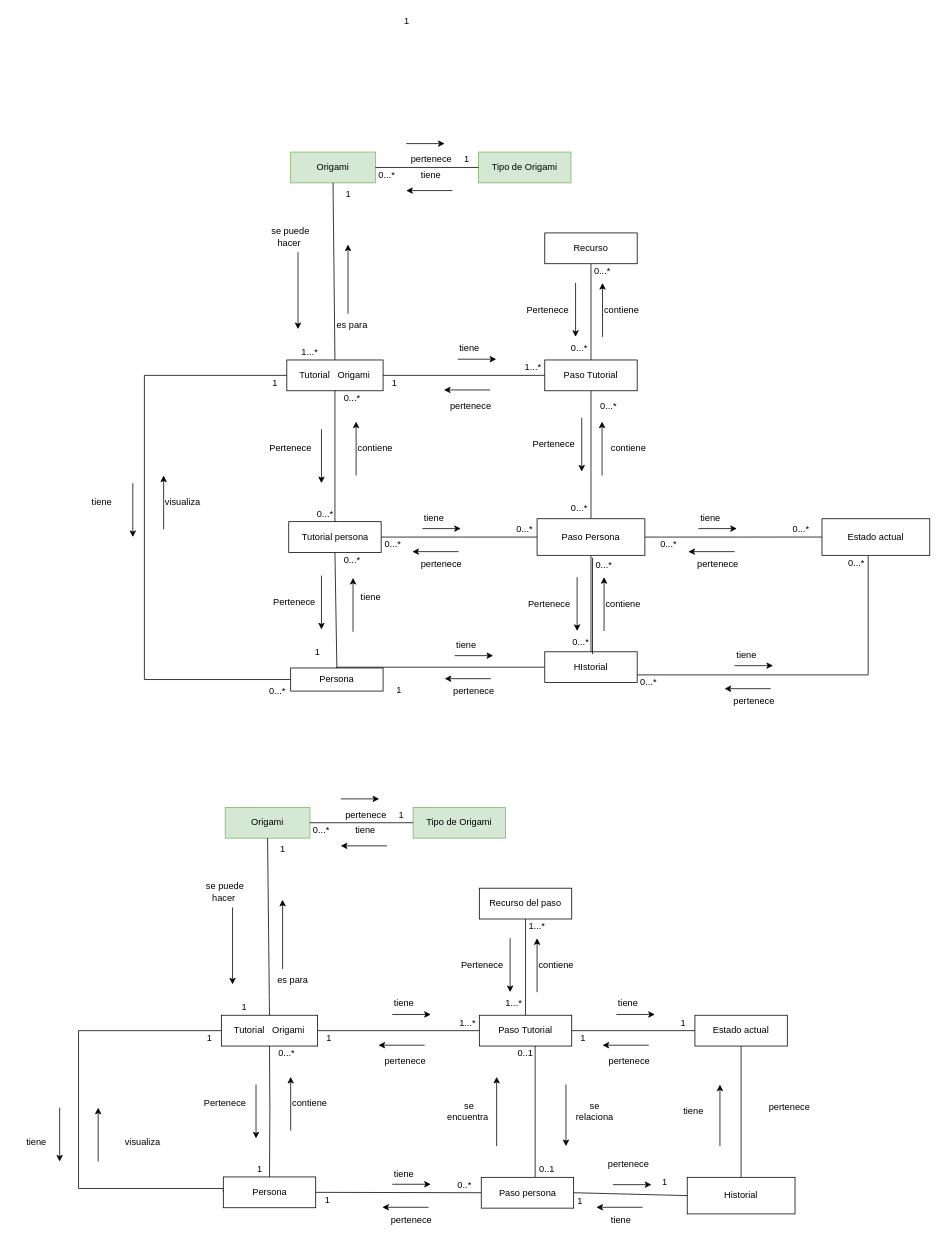
andrescastillo1996/documentacionMundoOrigami keeps this draw.io diagram as ModeloDeDominio3D.drawio. Above is the earlier version. Source tidied: cells renumbered, new cells numbered last; positions are measured from the earlier drawing's top-left corner, leaving out a move shared by most shapes. Both pictures are drawn from the tidied source at 77%, with x=0, y=0 at pixel (13, 13).
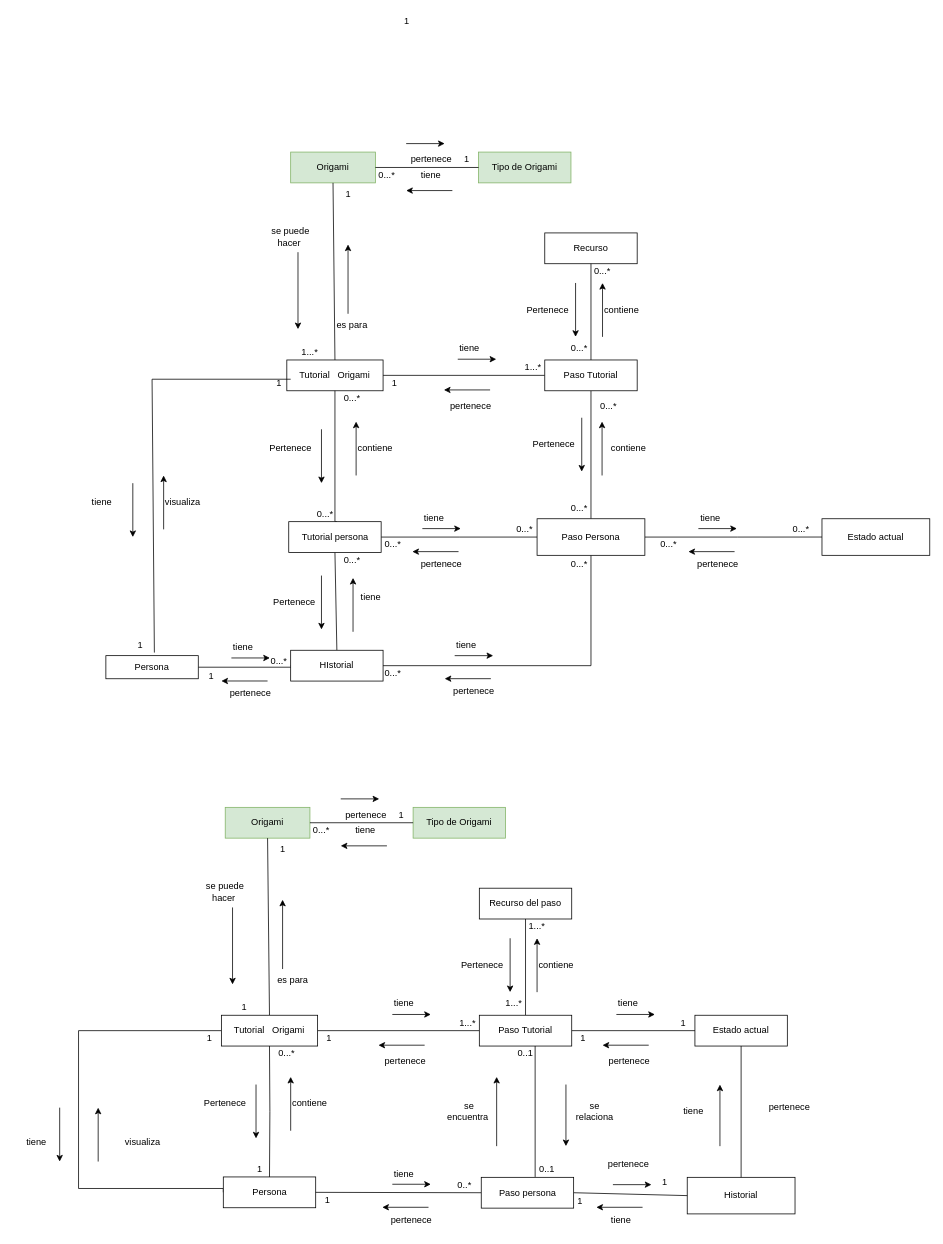
The same diagram, later.

Unchanged cells that the change refers to:
```xml
<mxCell id="5" value="Estado actual" style="rounded=0;whiteSpace=wrap;html=1;" parent="1" vertex="1">
  <mxGeometry x="1050" y="656.2" width="140" height="47.5" as="geometry" />
</mxCell>
<mxCell id="12" value="Tutorial&amp;nbsp; &amp;nbsp;Origami" style="rounded=0;whiteSpace=wrap;html=1;" parent="1" vertex="1">
  <mxGeometry x="355" y="450" width="125" height="40" as="geometry" />
</mxCell>
<mxCell id="38" value="Tutorial persona" style="rounded=0;whiteSpace=wrap;html=1;" parent="1" vertex="1">
  <mxGeometry x="357.5" y="660" width="120" height="40" as="geometry" />
</mxCell>
<mxCell id="156" value="Paso Persona" style="rounded=0;whiteSpace=wrap;html=1;" parent="1" vertex="1">
  <mxGeometry x="680" y="656.2" width="140" height="47.5" as="geometry" />
</mxCell>
```

What changed in the source:
```diff
@@
-    <mxCell id="4" style="edgeStyle=orthogonalEdgeStyle;rounded=0;jettySize=auto;html=1;entryX=1;entryY=0.75;entryDx=0;entryDy=0;endArrow=none;endFill=0;" parent="1" edge="1" source="5" target="30">
-      <mxGeometry relative="1" as="geometry">
-        <Array as="points">
-          <mxPoint x="1110" y="859" />
-        </Array>
-      </mxGeometry>
-    </mxCell>
@@
-    <mxCell id="7" style="edgeStyle=orthogonalEdgeStyle;rounded=0;jettySize=auto;html=1;exitX=0;exitY=0.5;exitDx=0;exitDy=0;entryX=0;entryY=0.5;entryDx=0;entryDy=0;endArrow=none;endFill=0;" parent="1" edge="1" source="9" target="12">
-      <mxGeometry relative="1" as="geometry">
-        <Array as="points">
-          <mxPoint x="170" y="865" />
-          <mxPoint x="170" y="470" />
-        </Array>
-      </mxGeometry>
-    </mxCell>
@@
     <mxCell id="9" value="Persona" style="rounded=0;whiteSpace=wrap;html=1;" parent="1" vertex="1">
-      <mxGeometry x="360" y="850" width="120" height="30" as="geometry" />
+      <mxGeometry x="120" y="834" width="120" height="30" as="geometry" />
     </mxCell>
@@
-    <mxCell id="13" style="endArrow=none;html=1;rounded=0;entryX=0.5;entryY=1;entryDx=0;entryDy=0;exitX=0.5;exitY=0;exitDx=0;exitDy=0;" parent="1" edge="1" source="9" target="38">
+    <mxCell id="13" style="endArrow=none;html=1;rounded=0;entryX=0.5;entryY=1;entryDx=0;entryDy=0;exitX=0.5;exitY=0;exitDx=0;exitDy=0;" parent="1" edge="1" source="30" target="38">
       <mxGeometry relative="1" as="geometry" />
     </mxCell>
@@
     <mxCell id="30" value="HIstorial" style="rounded=0;whiteSpace=wrap;html=1;" parent="1" vertex="1">
-      <mxGeometry x="690" y="829" width="120" height="40" as="geometry" />
+      <mxGeometry x="360" y="827" width="120" height="40" as="geometry" />
     </mxCell>
@@
     <mxCell id="39" value="1" style="text;html=1;strokeColor=none;fillColor=none;align=center;verticalAlign=middle;whiteSpace=wrap;rounded=0;" parent="1" vertex="1">
-      <mxGeometry x="380" y="820" width="30" height="20" as="geometry" />
+      <mxGeometry x="150" y="810" width="30" height="20" as="geometry" />
     </mxCell>
@@
     <mxCell id="50" value="0...*" style="text;html=1;strokeColor=none;fillColor=none;align=center;verticalAlign=middle;whiteSpace=wrap;rounded=0;" parent="1" vertex="1">
-      <mxGeometry x="327.5" y="870" width="30" height="20" as="geometry" />
+      <mxGeometry x="329.5" y="831" width="30" height="20" as="geometry" />
     </mxCell>
     <mxCell id="51" value="1" style="text;html=1;strokeColor=none;fillColor=none;align=center;verticalAlign=middle;whiteSpace=wrap;rounded=0;" parent="1" vertex="1">
-      <mxGeometry x="325" y="470" width="30" height="20" as="geometry" />
+      <mxGeometry x="330" y="470" width="30" height="20" as="geometry" />
     </mxCell>
@@
-    <mxCell id="153" value="1" style="text;html=1;strokeColor=none;fillColor=none;align=center;verticalAlign=middle;whiteSpace=wrap;rounded=0;" parent="1" vertex="1">
-      <mxGeometry x="486" y="869" width="30" height="20" as="geometry" />
-    </mxCell>
-    <mxCell id="154" style="edgeStyle=orthogonalEdgeStyle;rounded=0;jettySize=auto;html=1;entryX=0.5;entryY=0;entryDx=0;entryDy=0;endArrow=none;endFill=0;" parent="1" edge="1" source="156" target="30">
-      <mxGeometry relative="1" as="geometry" />
+    <mxCell id="154" style="edgeStyle=orthogonalEdgeStyle;rounded=0;jettySize=auto;html=1;endArrow=none;endFill=0;entryX=1;entryY=0.5;entryDx=0;entryDy=0;" parent="1" edge="1" source="156" target="30">
+      <mxGeometry relative="1" as="geometry">
+        <Array as="points">
+          <mxPoint x="750" y="847" />
+        </Array>
+      </mxGeometry>
     </mxCell>
@@
-    <mxCell id="174" style="endArrow=classic;html=1;rounded=0;" parent="1" edge="1">
-      <mxGeometry relative="1" as="geometry">
-        <mxPoint x="936.5" y="847" as="sourcePoint" />
-        <mxPoint x="986.5" y="847" as="targetPoint" />
-      </mxGeometry>
-    </mxCell>
-    <mxCell id="175" style="endArrow=classic;html=1;rounded=0;" parent="1" edge="1">
-      <mxGeometry relative="1" as="geometry">
-        <mxPoint x="983.5" y="876.9" as="sourcePoint" />
-        <mxPoint x="923.5" y="876.9" as="targetPoint" />
-      </mxGeometry>
-    </mxCell>
+    <mxCell id="185" value="0...*" style="text;html=1;strokeColor=none;fillColor=none;align=center;verticalAlign=middle;whiteSpace=wrap;rounded=0;" parent="1" vertex="1">
+      <mxGeometry x="720" y="705" width="30" height="20" as="geometry" />
+    </mxCell>
+    <mxCell id="186" value="0...*" style="text;html=1;strokeColor=none;fillColor=none;align=center;verticalAlign=middle;whiteSpace=wrap;rounded=0;" parent="1" vertex="1">
+      <mxGeometry x="477.5" y="847" width="30" height="20" as="geometry" />
+    </mxCell>
+    <mxCell id="187" style="endArrow=none;html=1;rounded=0;exitX=1;exitY=0.25;exitDx=0;exitDy=0;" parent="1" edge="1" source="51">
+      <mxGeometry relative="1" as="geometry">
+        <mxPoint x="183" y="830" as="targetPoint" />
+        <Array as="points">
+          <mxPoint x="180" y="475" />
+        </Array>
+      </mxGeometry>
+    </mxCell>
+    <mxCell id="188" style="endArrow=classic;html=1;rounded=0;" parent="1" edge="1">
+      <mxGeometry relative="1" as="geometry">
+        <mxPoint x="283" y="837" as="sourcePoint" />
+        <mxPoint x="333" y="837" as="targetPoint" />
+      </mxGeometry>
+    </mxCell>
+    <mxCell id="189" style="endArrow=classic;html=1;rounded=0;" parent="1" edge="1">
+      <mxGeometry relative="1" as="geometry">
+        <mxPoint x="330" y="866.9" as="sourcePoint" />
+        <mxPoint x="270" y="866.9" as="targetPoint" />
+      </mxGeometry>
+    </mxCell>
     <mxCell id="176" value="tiene&amp;nbsp;" style="text;html=1;strokeColor=none;fillColor=none;align=center;verticalAlign=middle;whiteSpace=wrap;rounded=0;" parent="1" vertex="1">
-      <mxGeometry x="923.5" y="818" width="60" height="30" as="geometry" />
+      <mxGeometry x="270" y="808" width="60" height="30" as="geometry" />
     </mxCell>
     <mxCell id="177" value="pertenece" style="text;html=1;strokeColor=none;fillColor=none;align=center;verticalAlign=middle;whiteSpace=wrap;rounded=0;" parent="1" vertex="1">
-      <mxGeometry x="931.5" y="883" width="60" height="20" as="geometry" />
+      <mxGeometry x="278" y="873" width="60" height="20" as="geometry" />
     </mxCell>
-    <mxCell id="178" value="0...*" style="text;html=1;strokeColor=none;fillColor=none;align=center;verticalAlign=middle;whiteSpace=wrap;rounded=0;" parent="1" vertex="1">
-      <mxGeometry x="810" y="858" width="30" height="20" as="geometry" />
-    </mxCell>
-    <mxCell id="179" value="0...*" style="text;html=1;strokeColor=none;fillColor=none;align=center;verticalAlign=middle;whiteSpace=wrap;rounded=0;" parent="1" vertex="1">
-      <mxGeometry x="1080" y="703.8" width="30" height="20" as="geometry" />
-    </mxCell>
-    <mxCell id="180" style="edgeStyle=orthogonalEdgeStyle;rounded=0;orthogonalLoop=1;jettySize=auto;html=1;endArrow=none;endFill=0;" parent="1" edge="1">
-      <mxGeometry relative="1" as="geometry">
-        <mxPoint x="752" y="832" as="sourcePoint" />
-        <mxPoint x="752" y="707" as="targetPoint" />
-      </mxGeometry>
-    </mxCell>
-    <mxCell id="181" style="endArrow=classic;html=1;rounded=0;" parent="1" edge="1">
-      <mxGeometry relative="1" as="geometry">
-        <mxPoint x="767" y="802" as="sourcePoint" />
-        <mxPoint x="767" y="732" as="targetPoint" />
-      </mxGeometry>
-    </mxCell>
-    <mxCell id="182" value="contiene" style="text;html=1;strokeColor=none;fillColor=none;align=center;verticalAlign=middle;whiteSpace=wrap;rounded=0;" parent="1" vertex="1">
-      <mxGeometry x="762" y="752" width="60" height="30" as="geometry" />
-    </mxCell>
-    <mxCell id="183" value="Pertenece" style="text;html=1;strokeColor=none;fillColor=none;align=center;verticalAlign=middle;whiteSpace=wrap;rounded=0;" parent="1" vertex="1">
-      <mxGeometry x="666" y="752" width="60" height="30" as="geometry" />
-    </mxCell>
-    <mxCell id="184" style="endArrow=classic;html=1;rounded=0;" parent="1" edge="1">
-      <mxGeometry relative="1" as="geometry">
-        <mxPoint x="732" y="732" as="sourcePoint" />
-        <mxPoint x="732" y="802" as="targetPoint" />
-      </mxGeometry>
-    </mxCell>
-    <mxCell id="185" value="0...*" style="text;html=1;strokeColor=none;fillColor=none;align=center;verticalAlign=middle;whiteSpace=wrap;rounded=0;" parent="1" vertex="1">
-      <mxGeometry x="752" y="707" width="30" height="20" as="geometry" />
-    </mxCell>
-    <mxCell id="186" value="0...*" style="text;html=1;strokeColor=none;fillColor=none;align=center;verticalAlign=middle;whiteSpace=wrap;rounded=0;" parent="1" vertex="1">
-      <mxGeometry x="722" y="807" width="30" height="20" as="geometry" />
-    </mxCell>
+    <mxCell id="153" value="1" style="text;html=1;strokeColor=none;fillColor=none;align=center;verticalAlign=middle;whiteSpace=wrap;rounded=0;" parent="1" vertex="1">
+      <mxGeometry x="242" y="851" width="30" height="20" as="geometry" />
+    </mxCell>
```
